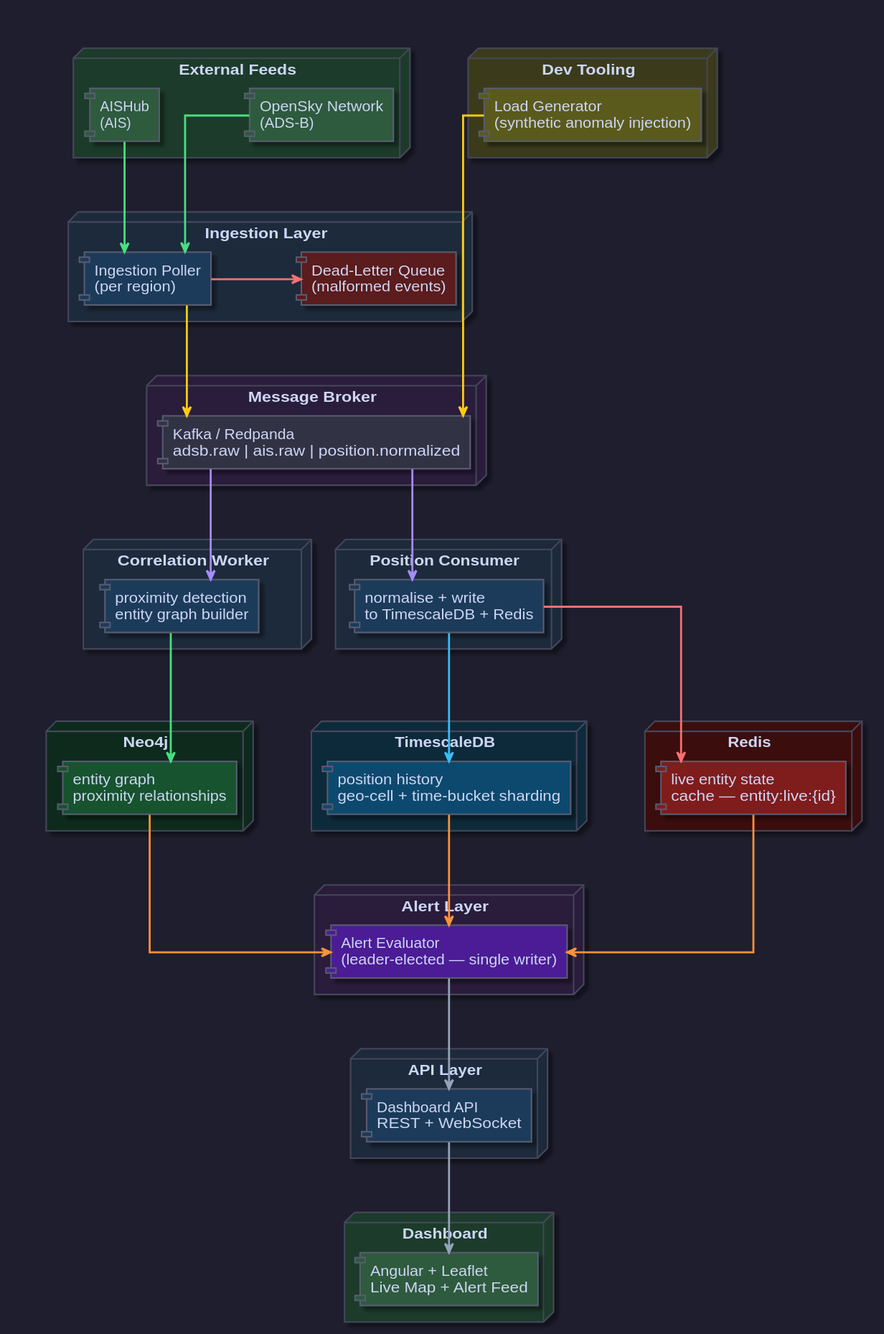
Buffden/sentinel keeps this PlantUML diagram as diagrams/docs/Sentinel Architecture.svg. Above is the earlier version.
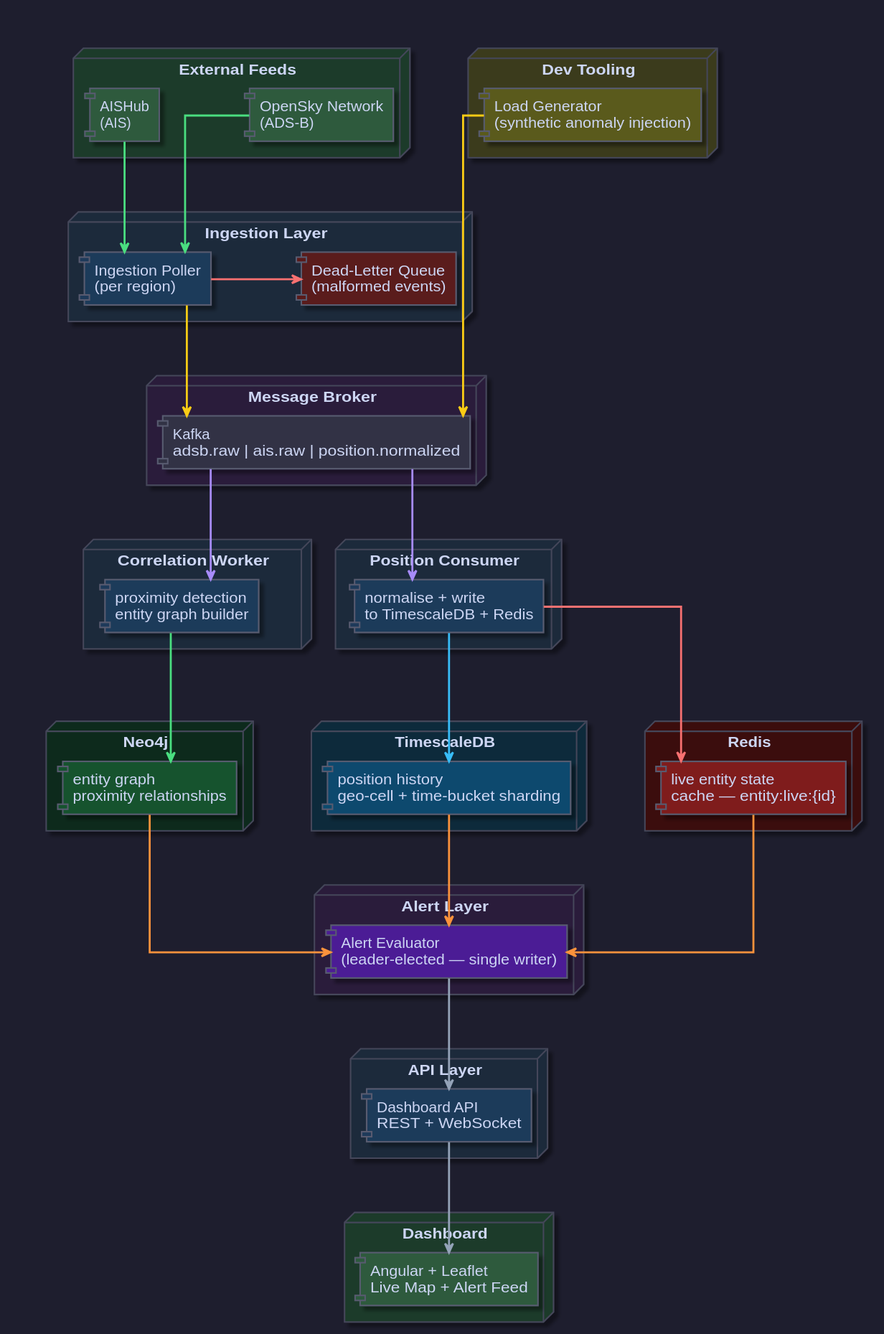
After the change.

Commit message:
chore: auto-export diagrams [skip ci]

Diff of the diagram source:
```diff
@@ -51,7 +51,7 @@
 }
 
 node "Message Broker" #2a1a3a {
-    queue [Kafka / Redpanda\nadsb.raw  |  ais.raw  |  position.normalized] as KAFKA
+    queue [Kafka\nadsb.raw  |  ais.raw  |  position.normalized] as KAFKA
 }
 
 together {
```
